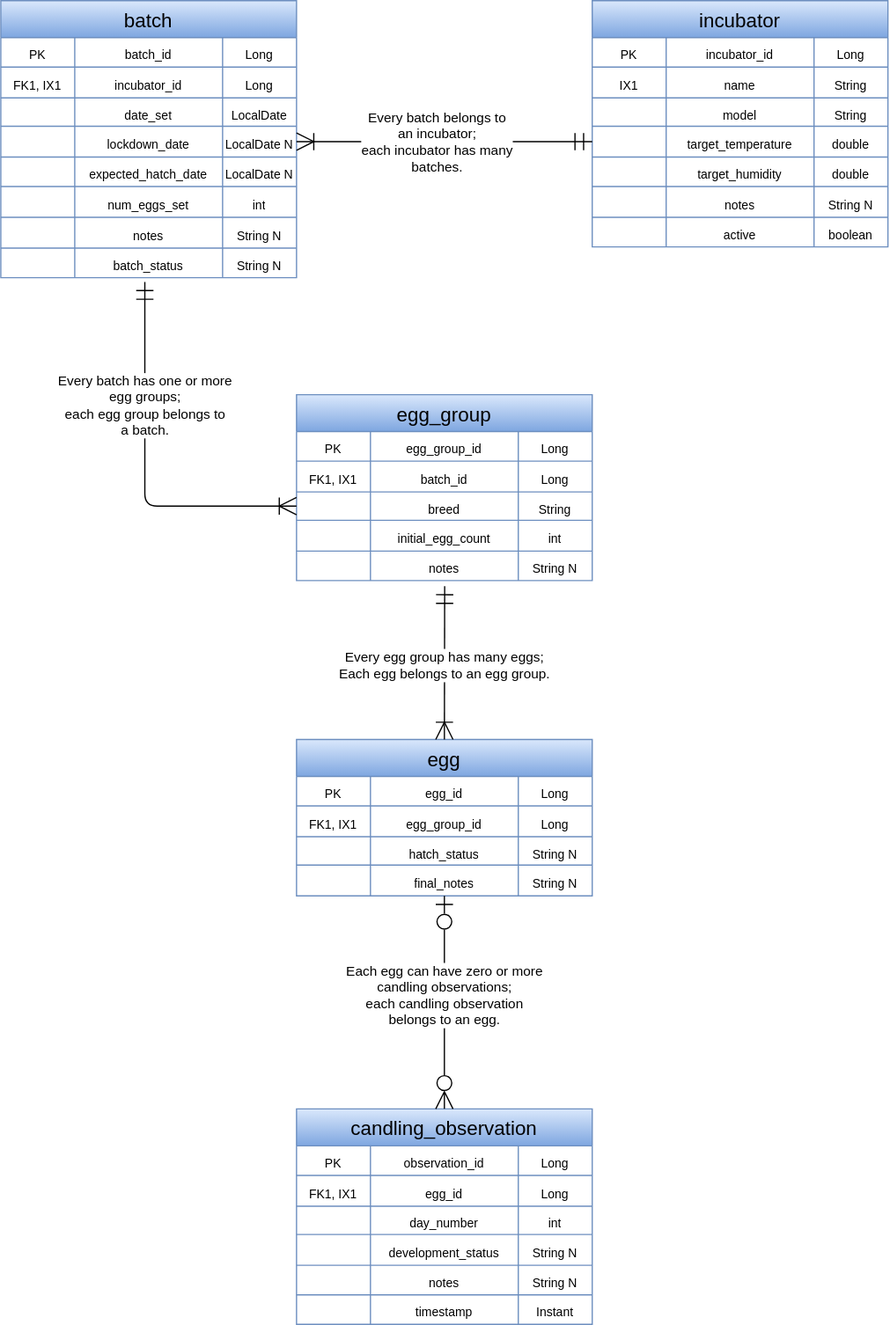
Earlier version of the draw.io export docs/img/pip-pip-hooray-erd.svg (dd-java-22/pip-pip-hooray-slyraje-cnm). Source tidied: cells renumbered, new cells last; positions are measured from the earlier drawing's top-left corner, leaving out a move shared by most shapes.
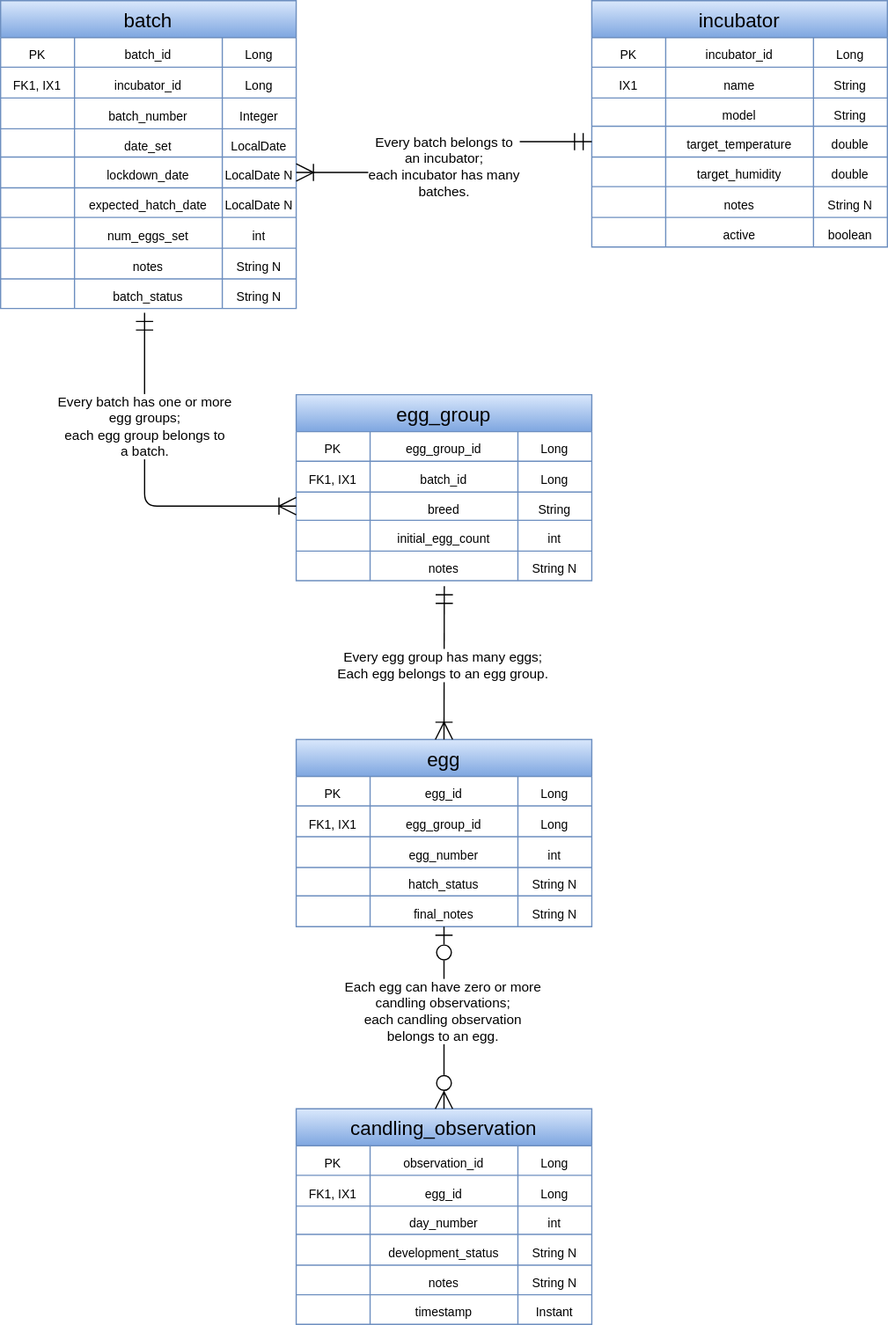
The same file after the commit.

Change to the diagram source:
```diff
@@ -90,7 +90,7 @@
       <mxGeometry x="180" width="60" height="24" as="geometry" />
     </mxCell>
     <mxCell id="31" value="batch" style="shape=table;startSize=30;strokeColor=#6c8ebf;fontSize=16;fillColor=#dae8fc;gradientColor=#7ea6e0;" parent="1" vertex="1">
-      <mxGeometry width="240" height="225" as="geometry" />
+      <mxGeometry width="240" height="250" as="geometry" />
     </mxCell>
     <mxCell id="32" style="shape=tableRow;horizontal=0;startSize=0;swimlaneHead=0;swimlaneBody=0;strokeColor=inherit;top=0;left=0;bottom=0;right=0;fillColor=none;fontSize=16;" parent="31" vertex="1">
       <mxGeometry y="30" width="240" height="24" as="geometry" />
@@ -116,8 +116,20 @@
     <mxCell id="39" value="&lt;font style=&quot;font-size: 10px;&quot;&gt;Long&lt;/font&gt;" style="shape=partialRectangle;html=1;whiteSpace=wrap;strokeColor=inherit;overflow=hidden;fillColor=none;top=0;left=0;bottom=0;right=0;fontSize=16;" parent="36" vertex="1">
       <mxGeometry x="180" width="60" height="25" as="geometry" />
     </mxCell>
+    <mxCell id="135" style="shape=tableRow;horizontal=0;startSize=0;swimlaneHead=0;swimlaneBody=0;strokeColor=inherit;top=0;left=0;bottom=0;right=0;fillColor=none;fontSize=16;" parent="31" vertex="1">
+      <mxGeometry y="79" width="240" height="25" as="geometry" />
+    </mxCell>
+    <mxCell id="136" style="shape=partialRectangle;html=1;whiteSpace=wrap;strokeColor=inherit;overflow=hidden;fillColor=none;top=0;left=0;bottom=0;right=0;fontSize=16;" parent="135" vertex="1">
+      <mxGeometry width="60" height="25" as="geometry" />
+    </mxCell>
+    <mxCell id="137" value="&lt;span style=&quot;font-size: 10px;&quot;&gt;batch_number&lt;/span&gt;" style="shape=partialRectangle;html=1;whiteSpace=wrap;strokeColor=inherit;overflow=hidden;fillColor=none;top=0;left=0;bottom=0;right=0;fontSize=16;" parent="135" vertex="1">
+      <mxGeometry x="60" width="120" height="25" as="geometry" />
+    </mxCell>
+    <mxCell id="138" value="&lt;span style=&quot;font-size: 10px;&quot;&gt;Integer&lt;/span&gt;" style="shape=partialRectangle;html=1;whiteSpace=wrap;strokeColor=inherit;overflow=hidden;fillColor=none;top=0;left=0;bottom=0;right=0;fontSize=16;" parent="135" vertex="1">
+      <mxGeometry x="180" width="60" height="25" as="geometry" />
+    </mxCell>
     <mxCell id="40" style="shape=tableRow;horizontal=0;startSize=0;swimlaneHead=0;swimlaneBody=0;strokeColor=inherit;top=0;left=0;bottom=0;right=0;fillColor=none;fontSize=16;" parent="31" vertex="1">
-      <mxGeometry y="79" width="240" height="23" as="geometry" />
+      <mxGeometry y="104" width="240" height="23" as="geometry" />
     </mxCell>
     <mxCell id="41" style="shape=partialRectangle;html=1;whiteSpace=wrap;strokeColor=inherit;overflow=hidden;fillColor=none;top=0;left=0;bottom=0;right=0;fontSize=16;" parent="40" vertex="1">
       <mxGeometry width="60" height="23" as="geometry" />
@@ -129,7 +141,7 @@
       <mxGeometry x="180" width="60" height="23" as="geometry" />
     </mxCell>
     <mxCell id="44" style="shape=tableRow;horizontal=0;startSize=0;swimlaneHead=0;swimlaneBody=0;strokeColor=inherit;top=0;left=0;bottom=0;right=0;fillColor=none;points=[[0,0.5],[1,0.5]];portConstraint=eastwest;fontSize=16;" parent="31" vertex="1">
-      <mxGeometry y="102" width="240" height="25" as="geometry" />
+      <mxGeometry y="127" width="240" height="25" as="geometry" />
     </mxCell>
     <mxCell id="45" style="shape=partialRectangle;html=1;whiteSpace=wrap;strokeColor=inherit;overflow=hidden;fillColor=none;top=0;left=0;bottom=0;right=0;fontSize=16;" parent="44" vertex="1">
       <mxGeometry width="60" height="25" as="geometry" />
@@ -141,7 +153,7 @@
       <mxGeometry x="180" width="60" height="25" as="geometry" />
     </mxCell>
     <mxCell id="48" style="shape=tableRow;horizontal=0;startSize=0;swimlaneHead=0;swimlaneBody=0;strokeColor=inherit;top=0;left=0;bottom=0;right=0;fillColor=none;fontSize=16;" parent="31" vertex="1">
-      <mxGeometry y="127" width="240" height="24" as="geometry" />
+      <mxGeometry y="152" width="240" height="24" as="geometry" />
     </mxCell>
     <mxCell id="49" style="shape=partialRectangle;html=1;whiteSpace=wrap;strokeColor=inherit;overflow=hidden;fillColor=none;top=0;left=0;bottom=0;right=0;fontSize=16;" parent="48" vertex="1">
       <mxGeometry width="60" height="24" as="geometry" />
@@ -153,7 +165,7 @@
       <mxGeometry x="180" width="60" height="24" as="geometry" />
     </mxCell>
     <mxCell id="52" style="shape=tableRow;horizontal=0;startSize=0;swimlaneHead=0;swimlaneBody=0;strokeColor=inherit;top=0;left=0;bottom=0;right=0;fillColor=none;fontSize=16;" parent="31" vertex="1">
-      <mxGeometry y="151" width="240" height="25" as="geometry" />
+      <mxGeometry y="176" width="240" height="25" as="geometry" />
     </mxCell>
     <mxCell id="53" style="shape=partialRectangle;html=1;whiteSpace=wrap;strokeColor=inherit;overflow=hidden;fillColor=none;top=0;left=0;bottom=0;right=0;fontSize=16;" parent="52" vertex="1">
       <mxGeometry width="60" height="25" as="geometry" />
@@ -165,7 +177,7 @@
       <mxGeometry x="180" width="60" height="25" as="geometry" />
     </mxCell>
     <mxCell id="56" style="shape=tableRow;horizontal=0;startSize=0;swimlaneHead=0;swimlaneBody=0;strokeColor=inherit;top=0;left=0;bottom=0;right=0;fillColor=none;fontSize=16;" parent="31" vertex="1">
-      <mxGeometry y="176" width="240" height="25" as="geometry" />
+      <mxGeometry y="201" width="240" height="25" as="geometry" />
     </mxCell>
     <mxCell id="57" style="shape=partialRectangle;html=1;whiteSpace=wrap;strokeColor=inherit;overflow=hidden;fillColor=none;top=0;left=0;bottom=0;right=0;fontSize=16;" parent="56" vertex="1">
       <mxGeometry width="60" height="25" as="geometry" />
@@ -177,7 +189,7 @@
       <mxGeometry x="180" width="60" height="25" as="geometry" />
     </mxCell>
     <mxCell id="60" style="shape=tableRow;horizontal=0;startSize=0;swimlaneHead=0;swimlaneBody=0;strokeColor=inherit;top=0;left=0;bottom=0;right=0;fillColor=none;points=[[0,0.5],[1,0.5]];portConstraint=eastwest;fontSize=16;" parent="31" vertex="1">
-      <mxGeometry y="201" width="240" height="24" as="geometry" />
+      <mxGeometry y="226" width="240" height="24" as="geometry" />
     </mxCell>
     <mxCell id="61" style="shape=partialRectangle;html=1;whiteSpace=wrap;strokeColor=inherit;overflow=hidden;fillColor=none;top=0;left=0;bottom=0;right=0;fontSize=16;" parent="60" vertex="1">
       <mxGeometry width="60" height="24" as="geometry" />
@@ -252,7 +264,7 @@
       <mxGeometry x="180" width="60" height="24" as="geometry" />
     </mxCell>
     <mxCell id="85" value="egg" style="shape=table;startSize=30;strokeColor=#6c8ebf;fontSize=16;fillColor=#dae8fc;gradientColor=#7ea6e0;" parent="1" vertex="1">
-      <mxGeometry x="240" y="600" width="240" height="127" as="geometry" />
+      <mxGeometry x="240" y="600" width="240" height="152" as="geometry" />
     </mxCell>
     <mxCell id="86" style="shape=tableRow;horizontal=0;startSize=0;swimlaneHead=0;swimlaneBody=0;strokeColor=inherit;top=0;left=0;bottom=0;right=0;fillColor=none;fontSize=16;" parent="85" vertex="1">
       <mxGeometry y="30" width="240" height="24" as="geometry" />
@@ -278,8 +290,20 @@
     <mxCell id="93" value="&lt;font style=&quot;font-size: 10px;&quot;&gt;Long&lt;/font&gt;" style="shape=partialRectangle;html=1;whiteSpace=wrap;strokeColor=inherit;overflow=hidden;fillColor=none;top=0;left=0;bottom=0;right=0;fontSize=16;" parent="90" vertex="1">
       <mxGeometry x="180" width="60" height="25" as="geometry" />
     </mxCell>
+    <mxCell id="139" style="shape=tableRow;horizontal=0;startSize=0;swimlaneHead=0;swimlaneBody=0;strokeColor=inherit;top=0;left=0;bottom=0;right=0;fillColor=none;fontSize=16;" parent="85" vertex="1">
+      <mxGeometry y="79" width="240" height="25" as="geometry" />
+    </mxCell>
+    <mxCell id="140" style="shape=partialRectangle;html=1;whiteSpace=wrap;strokeColor=inherit;overflow=hidden;fillColor=none;top=0;left=0;bottom=0;right=0;fontSize=16;" parent="139" vertex="1">
+      <mxGeometry width="60" height="25" as="geometry" />
+    </mxCell>
+    <mxCell id="141" value="&lt;span style=&quot;font-size: 10px;&quot;&gt;egg_number&lt;/span&gt;" style="shape=partialRectangle;html=1;whiteSpace=wrap;strokeColor=inherit;overflow=hidden;fillColor=none;top=0;left=0;bottom=0;right=0;fontSize=16;" parent="139" vertex="1">
+      <mxGeometry x="60" width="120" height="25" as="geometry" />
+    </mxCell>
+    <mxCell id="142" value="&lt;span style=&quot;font-size: 10px;&quot;&gt;int&lt;/span&gt;" style="shape=partialRectangle;html=1;whiteSpace=wrap;strokeColor=inherit;overflow=hidden;fillColor=none;top=0;left=0;bottom=0;right=0;fontSize=16;" parent="139" vertex="1">
+      <mxGeometry x="180" width="60" height="25" as="geometry" />
+    </mxCell>
     <mxCell id="94" style="shape=tableRow;horizontal=0;startSize=0;swimlaneHead=0;swimlaneBody=0;strokeColor=inherit;top=0;left=0;bottom=0;right=0;fillColor=none;fontSize=16;" parent="85" vertex="1">
-      <mxGeometry y="79" width="240" height="23" as="geometry" />
+      <mxGeometry y="104" width="240" height="23" as="geometry" />
     </mxCell>
     <mxCell id="95" style="shape=partialRectangle;html=1;whiteSpace=wrap;strokeColor=inherit;overflow=hidden;fillColor=none;top=0;left=0;bottom=0;right=0;fontSize=16;" parent="94" vertex="1">
       <mxGeometry width="60" height="23" as="geometry" />
@@ -291,7 +315,7 @@
       <mxGeometry x="180" width="60" height="23" as="geometry" />
     </mxCell>
     <mxCell id="98" style="shape=tableRow;horizontal=0;startSize=0;swimlaneHead=0;swimlaneBody=0;strokeColor=inherit;top=0;left=0;bottom=0;right=0;fillColor=none;fontSize=16;" parent="85" vertex="1">
-      <mxGeometry y="102" width="240" height="25" as="geometry" />
+      <mxGeometry y="127" width="240" height="25" as="geometry" />
     </mxCell>
     <mxCell id="99" style="shape=partialRectangle;html=1;whiteSpace=wrap;strokeColor=inherit;overflow=hidden;fillColor=none;top=0;left=0;bottom=0;right=0;fontSize=16;" parent="98" vertex="1">
       <mxGeometry width="60" height="25" as="geometry" />
```
